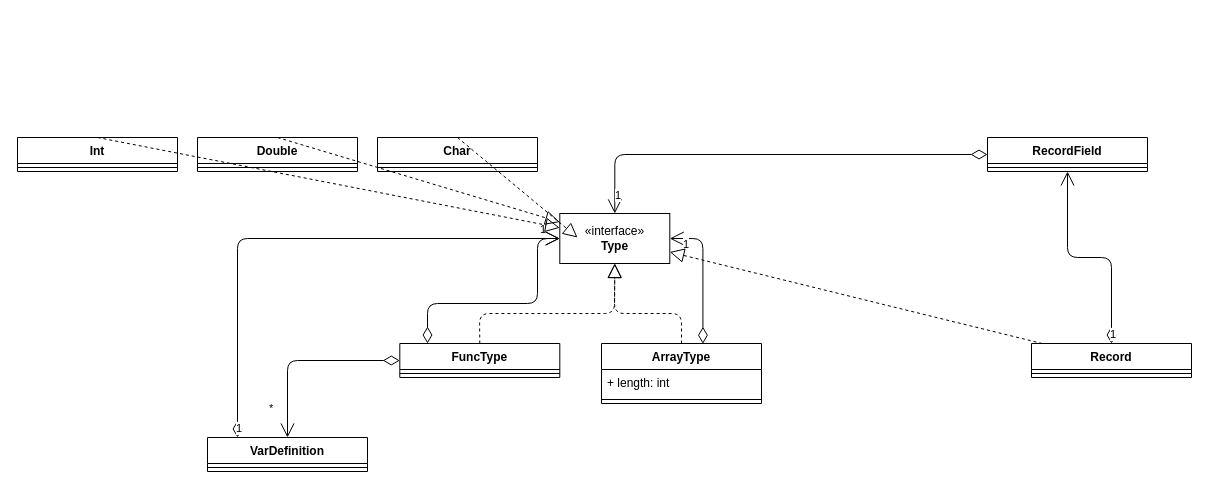
This is page "Type" (4 of 4) of Lab1/ClassDiagram.drawio from themrcesi/C--Compiler, a draw.io file, before an edit. Source tidied: cells renumbered, new cells numbered last; positions are measured from the earlier drawing's top-left corner, leaving out a move shared by most shapes. Both pictures are drawn from the tidied source at 100%, with x=0, y=0 at pixel (17, 137).
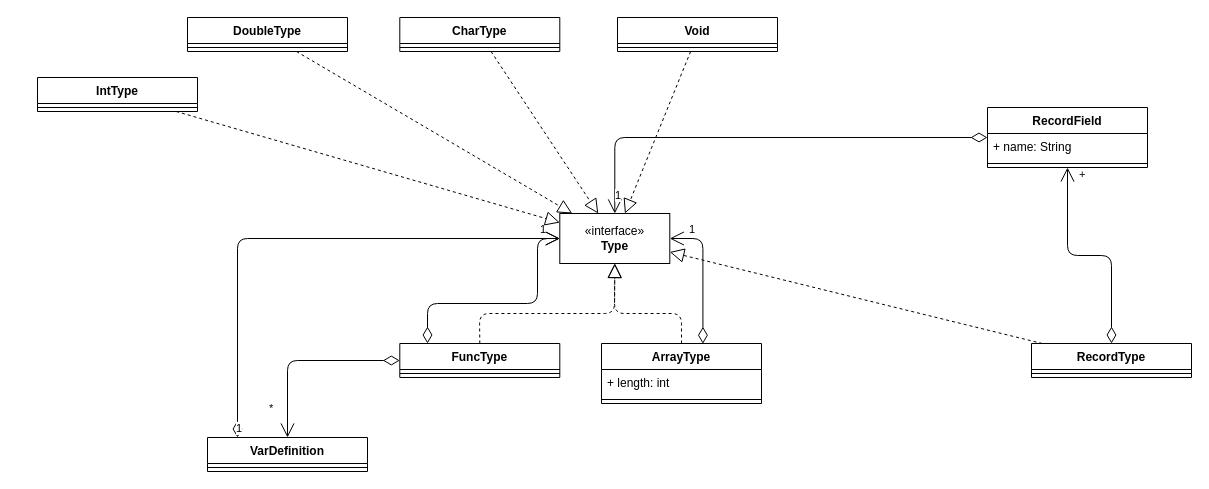
Above is the later version.

Unchanged cells that the change refers to:
```xml
<mxCell id="2" value="«interface»&lt;br&gt;&lt;b&gt;Type&lt;/b&gt;" style="html=1;" parent="1" vertex="1">
  <mxGeometry x="542.3" y="76" width="110" height="50" as="geometry" />
</mxCell>
<mxCell id="16" value="ArrayType" style="swimlane;fontStyle=1;align=center;verticalAlign=top;horizontal=1;startSize=26;" parent="1" vertex="1">
  <mxGeometry x="584" y="206" width="160" height="60" as="geometry" />
</mxCell>
```

What changed in the source:
```diff
@@
-    <mxCell id="3" value="Int" style="swimlane;fontStyle=1;align=center;verticalAlign=top;horizontal=1;startSize=26;" parent="1" vertex="1">
-      <mxGeometry width="160" height="34" as="geometry" />
+    <mxCell id="3" value="IntType" style="swimlane;fontStyle=1;align=center;verticalAlign=top;horizontal=1;startSize=26;" parent="1" vertex="1">
+      <mxGeometry x="20" y="-60" width="160" height="34" as="geometry" />
     </mxCell>
@@
-    <mxCell id="5" value="Double" style="swimlane;fontStyle=1;align=center;verticalAlign=top;horizontal=1;startSize=26;" parent="1" vertex="1">
-      <mxGeometry x="180" width="160" height="34" as="geometry" />
+    <mxCell id="5" value="DoubleType" style="swimlane;fontStyle=1;align=center;verticalAlign=top;horizontal=1;startSize=26;" parent="1" vertex="1">
+      <mxGeometry x="170" y="-120" width="160" height="34" as="geometry" />
     </mxCell>
@@
-    <mxCell id="7" value="Char" style="swimlane;fontStyle=1;align=center;verticalAlign=top;horizontal=1;startSize=26;" parent="1" vertex="1">
-      <mxGeometry x="360" width="160" height="34" as="geometry" />
+    <mxCell id="7" value="CharType" style="swimlane;fontStyle=1;align=center;verticalAlign=top;horizontal=1;startSize=26;" parent="1" vertex="1">
+      <mxGeometry x="382.3" y="-120" width="160" height="34" as="geometry" />
     </mxCell>
@@
-    <mxCell id="13" style="endArrow=block;dashed=1;endFill=0;endSize=12;html=1;strokeWidth=1;exitX=0.5;exitY=0;exitDx=0;exitDy=0;" parent="1" edge="1" source="3" target="2">
+    <mxCell id="13" style="endArrow=block;dashed=1;endFill=0;endSize=12;html=1;strokeWidth=1;" parent="1" edge="1" source="3" target="2">
       <mxGeometry relative="1" as="geometry" />
     </mxCell>
-    <mxCell id="14" style="endArrow=block;dashed=1;endFill=0;endSize=12;html=1;strokeWidth=1;exitX=0.5;exitY=0;exitDx=0;exitDy=0;" parent="1" edge="1" source="5" target="2">
+    <mxCell id="14" style="endArrow=block;dashed=1;endFill=0;endSize=12;html=1;strokeWidth=1;" parent="1" edge="1" source="5" target="2">
       <mxGeometry relative="1" as="geometry" />
     </mxCell>
-    <mxCell id="15" style="endArrow=block;dashed=1;endFill=0;endSize=12;html=1;strokeWidth=1;exitX=0.5;exitY=0;exitDx=0;exitDy=0;entryX=0.161;entryY=0.48;entryDx=0;entryDy=0;entryPerimeter=0;" parent="1" edge="1" source="7" target="2">
+    <mxCell id="15" style="endArrow=block;dashed=1;endFill=0;endSize=12;html=1;strokeWidth=1;" parent="1" edge="1" source="7" target="2">
       <mxGeometry relative="1" as="geometry" />
     </mxCell>
@@
     <mxCell id="20" value="1" style="endArrow=open;html=1;endSize=12;startArrow=diamondThin;startSize=14;startFill=0;edgeStyle=orthogonalEdgeStyle;align=left;verticalAlign=bottom;strokeWidth=1;exitX=0.634;exitY=0.004;exitDx=0;exitDy=0;exitPerimeter=0;entryX=1;entryY=0.5;entryDx=0;entryDy=0;" parent="1" edge="1" source="16" target="2">
-      <mxGeometry x="0.83" y="15" relative="1" as="geometry" />
+      <mxGeometry x="0.52" y="15" relative="1" as="geometry">
+        <mxPoint x="-16" y="-15" as="offset" />
+      </mxGeometry>
     </mxCell>
-    <mxCell id="21" value="Record" style="swimlane;fontStyle=1;align=center;verticalAlign=top;horizontal=1;startSize=26;" parent="1" vertex="1">
+    <mxCell id="21" value="RecordType" style="swimlane;fontStyle=1;align=center;verticalAlign=top;horizontal=1;startSize=26;" parent="1" vertex="1">
       <mxGeometry x="1014" y="206" width="160" height="34" as="geometry" />
     </mxCell>
@@
-    <mxCell id="28" value="RecordField" style="swimlane;fontStyle=1;align=center;verticalAlign=top;horizontal=1;startSize=26;" parent="1" vertex="1">
-      <mxGeometry x="970" width="160" height="34" as="geometry" />
-    </mxCell>
-    <mxCell id="29" style="line;strokeWidth=1;fillColor=none;align=left;verticalAlign=middle;spacingTop=-1;spacingLeft=3;spacingRight=3;labelPosition=right;" parent="28" vertex="1">
-      <mxGeometry y="26" width="160" height="8" as="geometry" />
-    </mxCell>
-    <mxCell id="30" value="1" style="endArrow=open;html=1;endSize=12;startArrow=diamondThin;startSize=14;startFill=0;edgeStyle=orthogonalEdgeStyle;align=left;verticalAlign=bottom;" parent="1" edge="1" source="21" target="28">
-      <mxGeometry x="-1" y="3" relative="1" as="geometry" />
+    <mxCell id="30" value="+" style="endArrow=open;html=1;endSize=12;startArrow=diamondThin;startSize=14;startFill=0;edgeStyle=orthogonalEdgeStyle;align=left;verticalAlign=bottom;" parent="1" edge="1" source="21" target="28">
+      <mxGeometry x="0.85" y="-10" relative="1" as="geometry" />
     </mxCell>
@@
+    <mxCell id="32" value="Void" style="swimlane;fontStyle=1;align=center;verticalAlign=top;horizontal=1;startSize=26;" parent="1" vertex="1">
+      <mxGeometry x="600" y="-120" width="160" height="34" as="geometry" />
+    </mxCell>
+    <mxCell id="29" style="line;strokeWidth=1;fillColor=none;align=left;verticalAlign=middle;spacingTop=-1;spacingLeft=3;spacingRight=3;labelPosition=right;" parent="32" vertex="1">
+      <mxGeometry y="26" width="160" height="8" as="geometry" />
+    </mxCell>
+    <mxCell id="33" style="endArrow=block;dashed=1;endFill=0;endSize=12;html=1;" parent="1" edge="1" source="32" target="2">
+      <mxGeometry relative="1" as="geometry" />
+    </mxCell>
+    <mxCell id="28" value="RecordField" style="swimlane;fontStyle=1;align=center;verticalAlign=top;horizontal=1;startSize=26;" parent="1" vertex="1">
+      <mxGeometry x="970" y="-30" width="160" height="60" as="geometry" />
+    </mxCell>
+    <mxCell id="34" value="+ name: String" style="text;strokeColor=none;fillColor=none;align=left;verticalAlign=top;spacingLeft=4;spacingRight=4;overflow=hidden;" parent="28" vertex="1">
+      <mxGeometry y="26" width="160" height="26" as="geometry" />
+    </mxCell>
+    <mxCell id="35" style="line;strokeWidth=1;fillColor=none;align=left;verticalAlign=middle;spacingTop=-1;spacingLeft=3;spacingRight=3;labelPosition=right;" parent="28" vertex="1">
+      <mxGeometry y="52" width="160" height="8" as="geometry" />
+    </mxCell>
```
